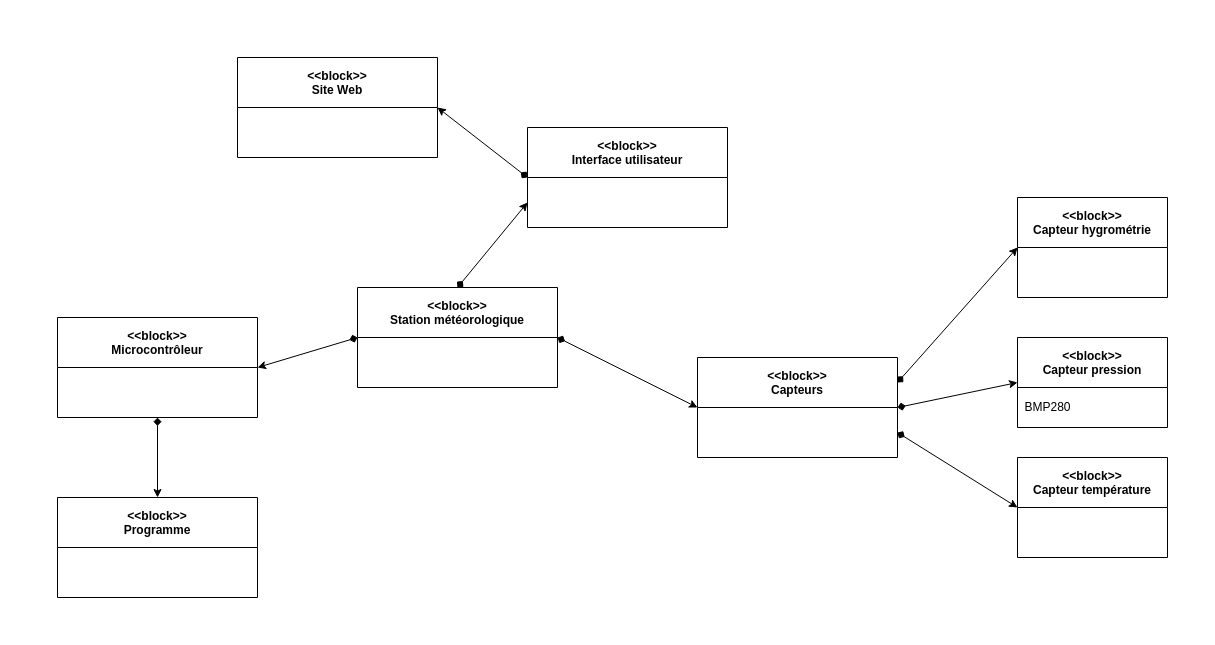
This is DB.drawio from F3lixitas/projetMeteo, a draw.io file, before an edit. Source tidied: cells renumbered, new cells numbered last; positions are measured from the earlier drawing's top-left corner, leaving out a move shared by most shapes. Both pictures are drawn from the tidied source at 100%, with x=0, y=0 at pixel (57, 57).
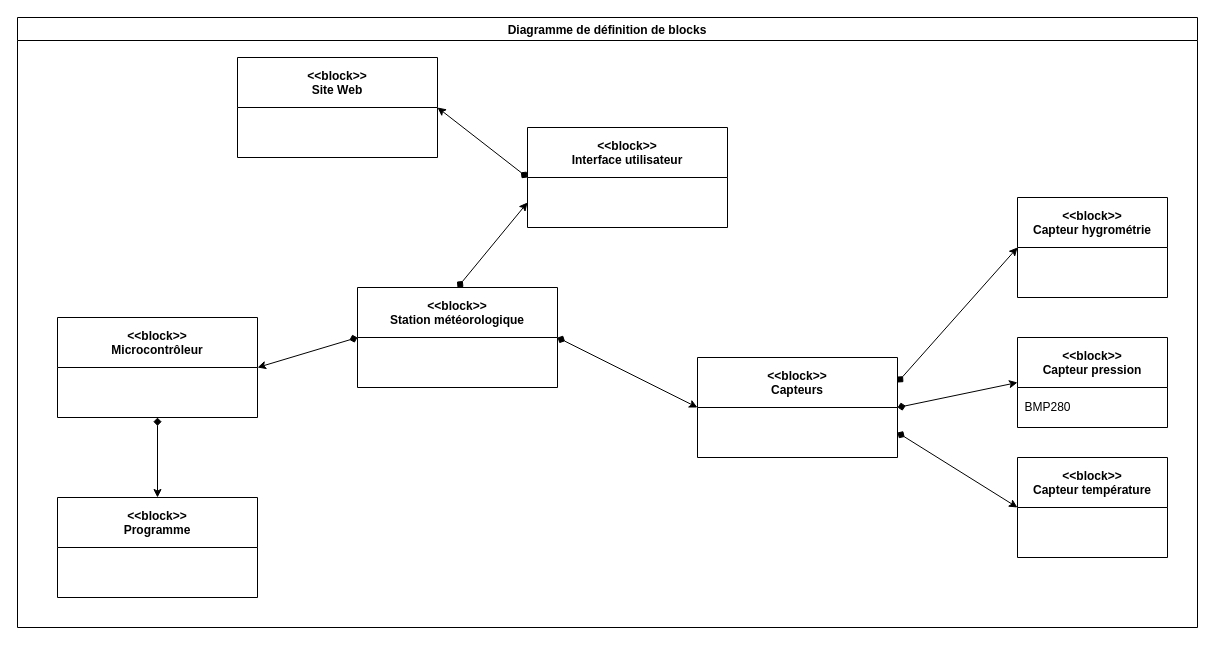
Above is the later version.

What changed in the source:
```diff
@@
+    <mxCell id="20" value="Diagramme de définition de blocks" style="swimlane;startSize=23;" parent="1" vertex="1">
+      <mxGeometry x="-40" y="-40" width="1180" height="610" as="geometry" />
+    </mxCell>
```
